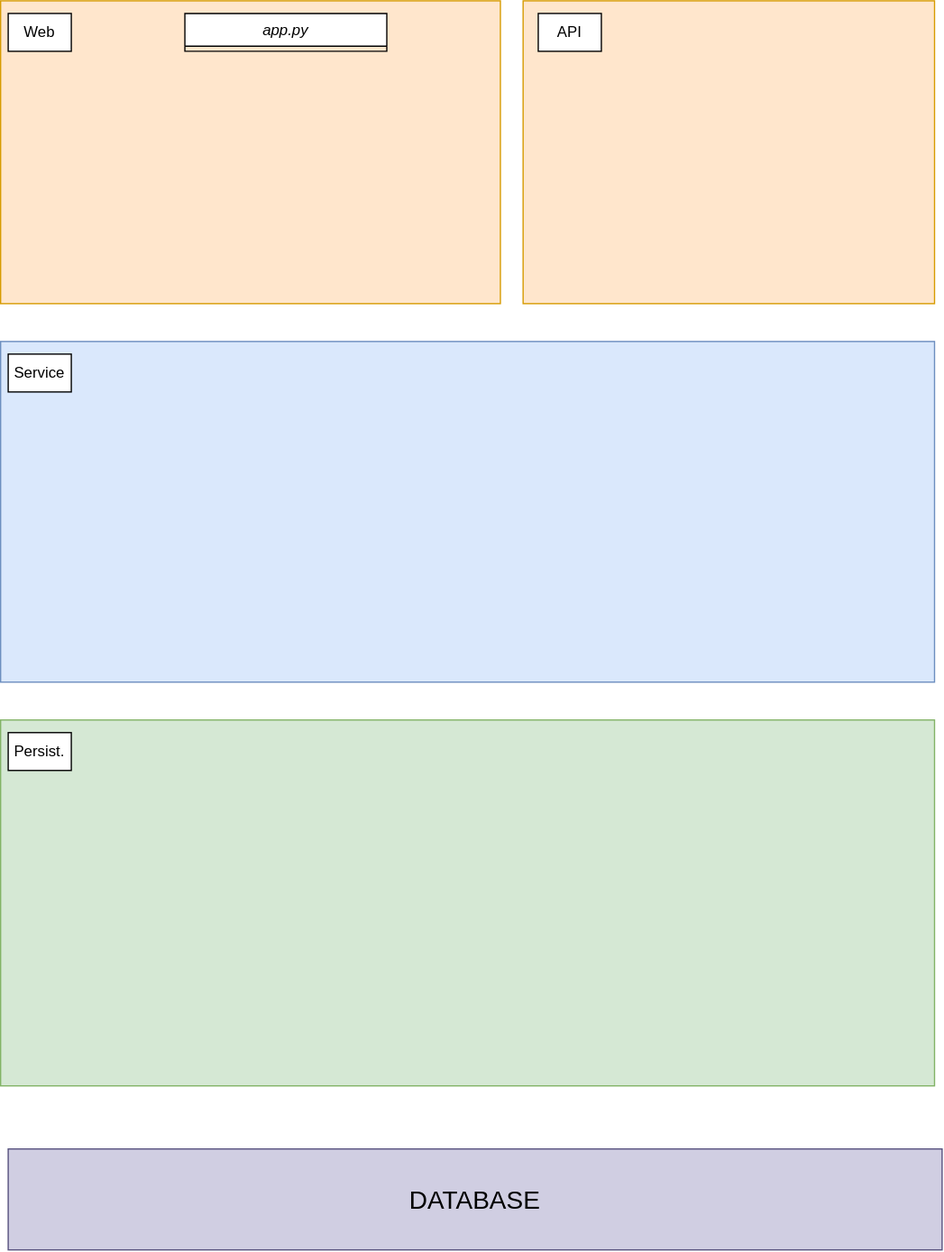
This is docs/Images/Structure.svg from MTK-ohtu/mtk-ohtu, a draw.io export, as it was before one commit. Source tidied: cells renumbered, new cells last; positions are measured from the earlier drawing's top-left corner, leaving out a move shared by most shapes.
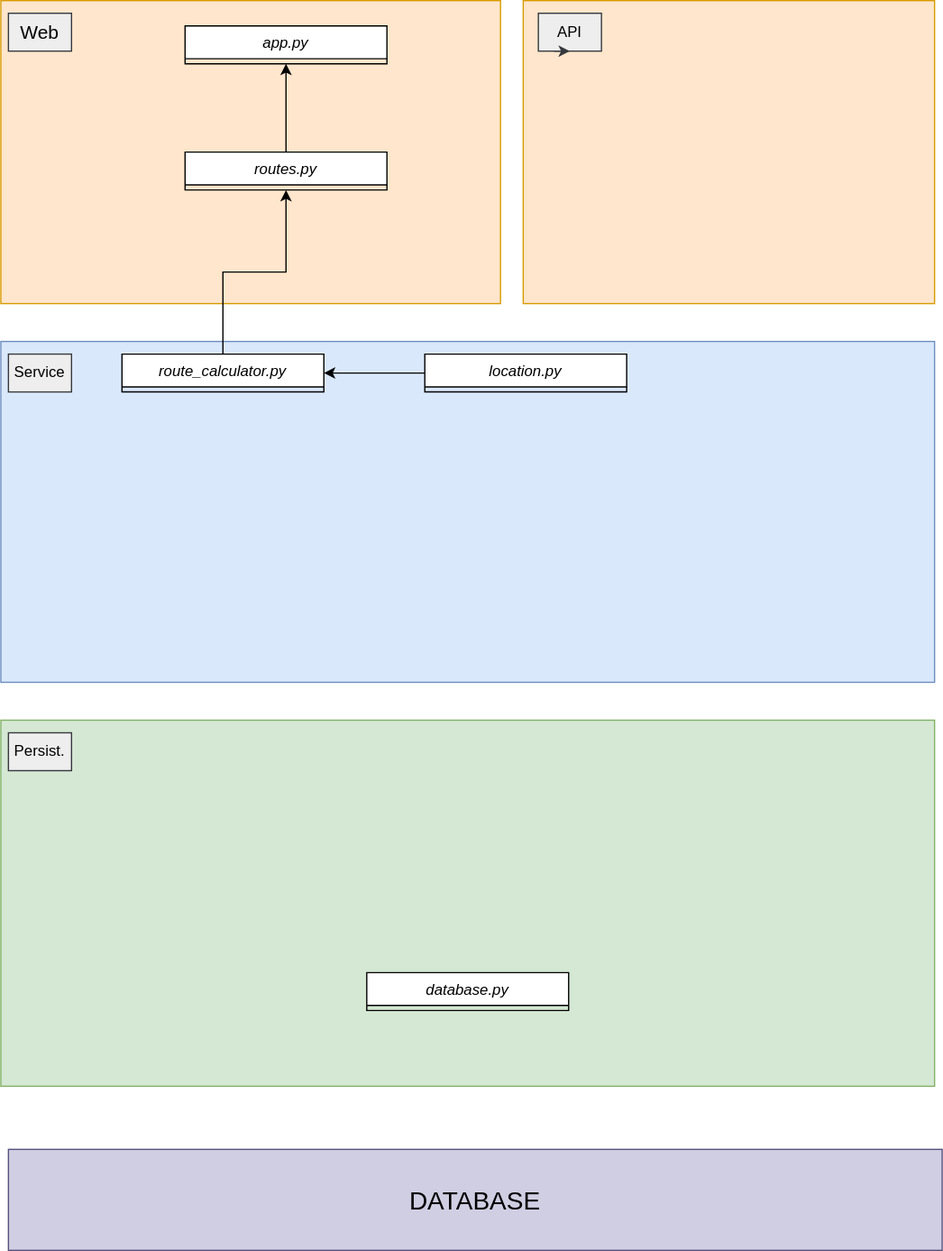
Above is the later version.

What changed in the source:
```diff
@@ -6,7 +6,7 @@
       <mxGeometry width="396" height="240" as="geometry" />
     </mxCell>
     <mxCell id="3" value="app.py&#10;" style="swimlane;fontStyle=2;align=center;verticalAlign=top;horizontal=1;startSize=26;rounded=0;shadow=0;strokeWidth=1;" parent="1" vertex="1">
-      <mxGeometry x="146" y="10" width="160" height="30" as="geometry" />
+      <mxGeometry x="146" y="20" width="160" height="30" as="geometry" />
     </mxCell>
     <mxCell id="4" style="rounded=0;whiteSpace=wrap;html=1;fillColor=#dae8fc;strokeColor=#6c8ebf;" parent="1" vertex="1">
       <mxGeometry y="270" width="740" height="270" as="geometry" />
@@ -14,23 +14,47 @@
     <mxCell id="5" style="rounded=0;whiteSpace=wrap;html=1;fillColor=#d5e8d4;strokeColor=#82b366;" parent="1" vertex="1">
       <mxGeometry y="570" width="740" height="290" as="geometry" />
     </mxCell>
-    <mxCell id="6" value="Web" style="rounded=0;whiteSpace=wrap;html=1;" parent="1" vertex="1">
+    <mxCell id="6" value="&lt;font style=&quot;font-size: 15px;&quot;&gt;Web&lt;/font&gt;" style="rounded=0;whiteSpace=wrap;html=1;fillColor=#eeeeee;strokeColor=#36393d;" parent="1" vertex="1">
       <mxGeometry x="6" y="10" width="50" height="30" as="geometry" />
     </mxCell>
-    <mxCell id="7" value="Service" style="rounded=0;whiteSpace=wrap;html=1;" parent="1" vertex="1">
+    <mxCell id="7" value="Service" style="rounded=0;whiteSpace=wrap;html=1;fillColor=#eeeeee;strokeColor=#36393d;" parent="1" vertex="1">
       <mxGeometry x="6" y="280" width="50" height="30" as="geometry" />
     </mxCell>
-    <mxCell id="8" value="Persist." style="rounded=0;whiteSpace=wrap;html=1;" parent="1" vertex="1">
+    <mxCell id="8" value="Persist." style="rounded=0;whiteSpace=wrap;html=1;fillColor=#eeeeee;strokeColor=#36393d;" parent="1" vertex="1">
       <mxGeometry x="6" y="580" width="50" height="30" as="geometry" />
     </mxCell>
     <mxCell id="9" style="rounded=0;whiteSpace=wrap;html=1;fillColor=#ffe6cc;strokeColor=#d79b00;" parent="1" vertex="1">
       <mxGeometry x="414" width="326" height="240" as="geometry" />
     </mxCell>
-    <mxCell id="10" value="API" style="rounded=0;whiteSpace=wrap;html=1;" parent="1" vertex="1">
+    <mxCell id="10" value="API" style="rounded=0;whiteSpace=wrap;html=1;fillColor=#eeeeee;strokeColor=#36393d;" parent="1" vertex="1">
       <mxGeometry x="426" y="10" width="50" height="30" as="geometry" />
     </mxCell>
     <mxCell id="11" value="&lt;font style=&quot;font-size: 20px;&quot;&gt;DATABASE&lt;/font&gt;" style="rounded=0;whiteSpace=wrap;html=1;fillColor=#d0cee2;strokeColor=#56517e;" parent="1" vertex="1">
       <mxGeometry x="6" y="910" width="740" height="80" as="geometry" />
     </mxCell>
+    <mxCell id="12" value="database.py&#10;" style="swimlane;fontStyle=2;align=center;verticalAlign=top;horizontal=1;startSize=26;rounded=0;shadow=0;strokeWidth=1;" parent="1" vertex="1">
+      <mxGeometry x="290" y="770" width="160" height="30" as="geometry" />
+    </mxCell>
+    <mxCell id="13" style="edgeStyle=orthogonalEdgeStyle;rounded=0;jettySize=auto;html=1;entryX=0.5;entryY=1;entryDx=0;entryDy=0;" parent="1" edge="1" source="14" target="3">
+      <mxGeometry relative="1" as="geometry" />
+    </mxCell>
+    <mxCell id="14" value="routes.py" style="swimlane;fontStyle=2;align=center;verticalAlign=top;horizontal=1;startSize=26;rounded=0;shadow=0;strokeWidth=1;" parent="1" vertex="1">
+      <mxGeometry x="146" y="120" width="160" height="30" as="geometry" />
+    </mxCell>
+    <mxCell id="15" style="edgeStyle=orthogonalEdgeStyle;rounded=0;jettySize=auto;html=1;entryX=0.5;entryY=1;entryDx=0;entryDy=0;" parent="1" edge="1" source="16" target="14">
+      <mxGeometry relative="1" as="geometry" />
+    </mxCell>
+    <mxCell id="16" value="route_calculator.py" style="swimlane;fontStyle=2;align=center;verticalAlign=top;horizontal=1;startSize=26;rounded=0;shadow=0;strokeWidth=1;" parent="1" vertex="1">
+      <mxGeometry x="96" y="280" width="160" height="30" as="geometry" />
+    </mxCell>
+    <mxCell id="17" style="edgeStyle=orthogonalEdgeStyle;rounded=0;jettySize=auto;html=1;entryX=1;entryY=0.5;entryDx=0;entryDy=0;" parent="1" edge="1" source="18" target="16">
+      <mxGeometry relative="1" as="geometry" />
+    </mxCell>
+    <mxCell id="18" value="location.py" style="swimlane;fontStyle=2;align=center;verticalAlign=top;horizontal=1;startSize=26;rounded=0;shadow=0;strokeWidth=1;" parent="1" vertex="1">
+      <mxGeometry x="336" y="280" width="160" height="30" as="geometry" />
+    </mxCell>
+    <mxCell id="19" style="edgeStyle=orthogonalEdgeStyle;rounded=0;orthogonalLoop=1;jettySize=auto;html=1;exitX=0.25;exitY=1;exitDx=0;exitDy=0;entryX=0.5;entryY=1;entryDx=0;entryDy=0;fillColor=#eeeeee;strokeColor=#36393d;" parent="1" edge="1" source="10" target="10">
+      <mxGeometry relative="1" as="geometry" />
+    </mxCell>
   </root>
 </mxGraphModel>
```
